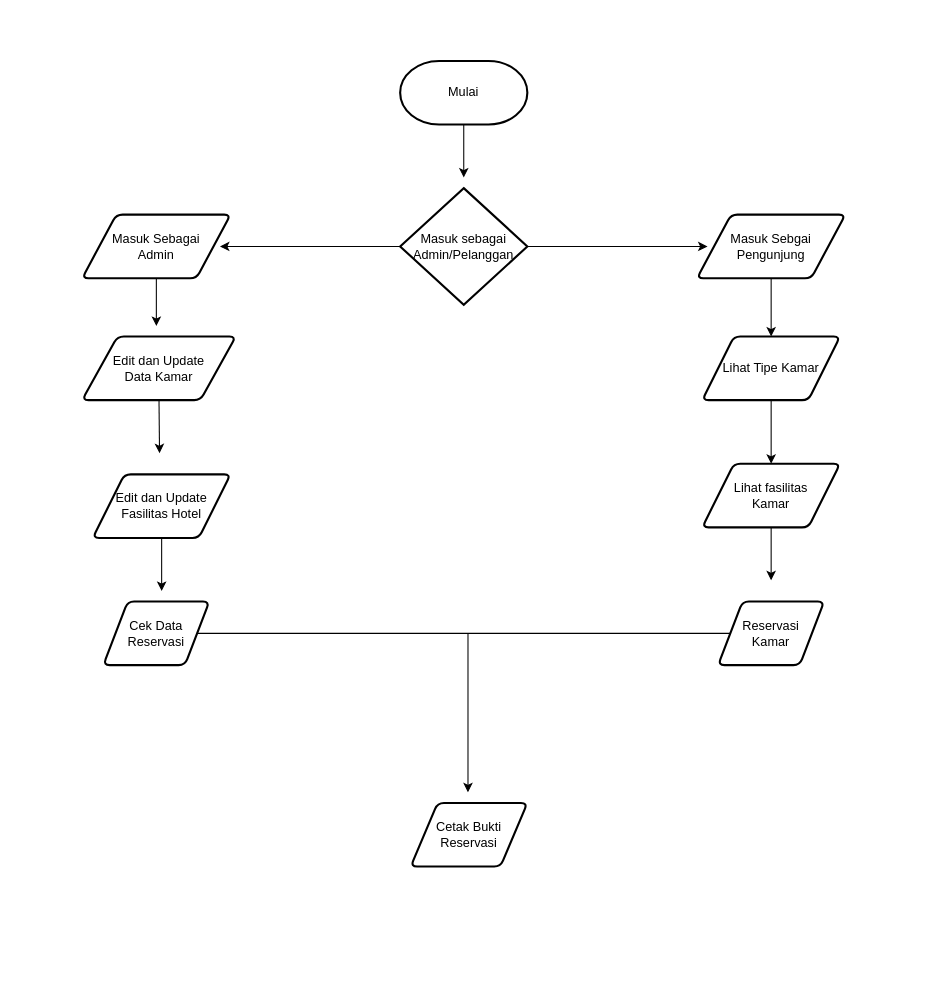
Above: Flowchart.drawio in muhammdrifq/TUGAS-Kelompok-hotel (draw.io), before the change. Source tidied: cells renumbered, new cells numbered last; positions are measured from the earlier drawing's top-left corner, leaving out a move shared by most shapes. Both pictures are drawn from the tidied source at 106%, with x=0, y=0 at pixel (82, 60).
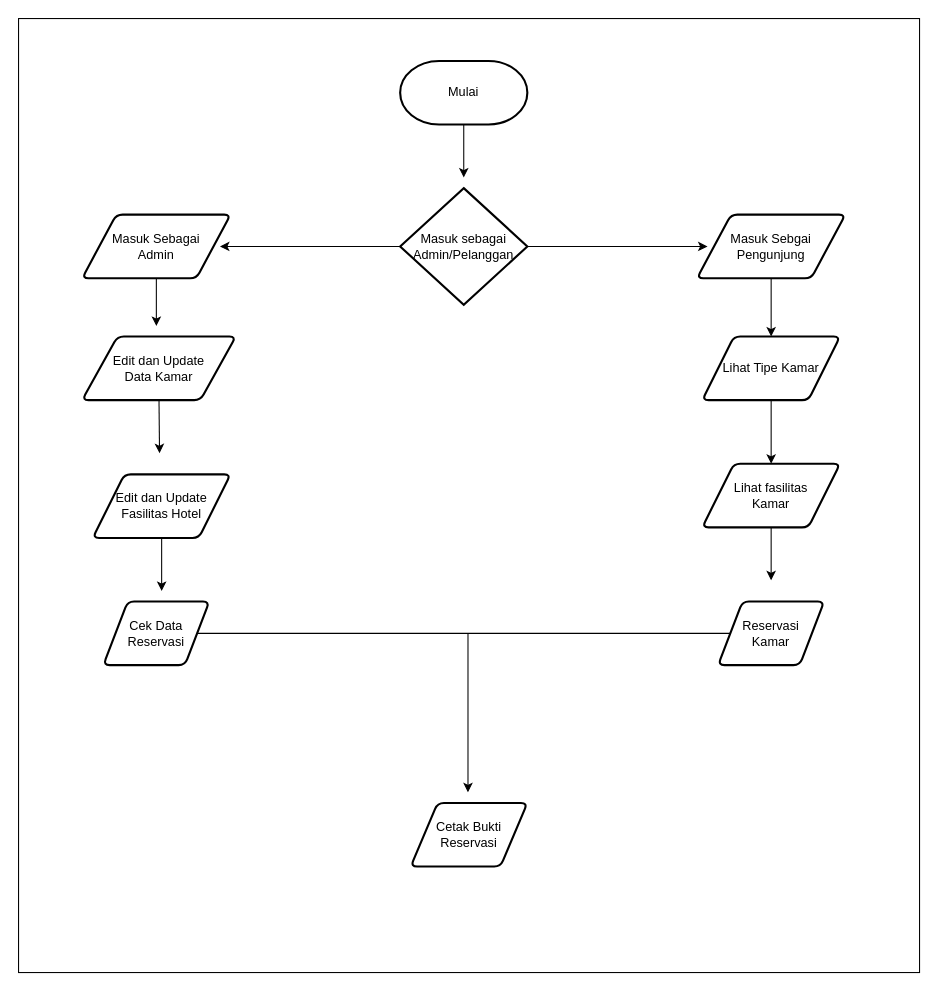
The same diagram, later.

What changed in the source:
```diff
@@
+    <mxCell id="24" style="rounded=0;whiteSpace=wrap;html=1;" parent="1" vertex="1">
+      <mxGeometry x="-60" y="-40" width="850" height="900" as="geometry" />
+    </mxCell>
```
